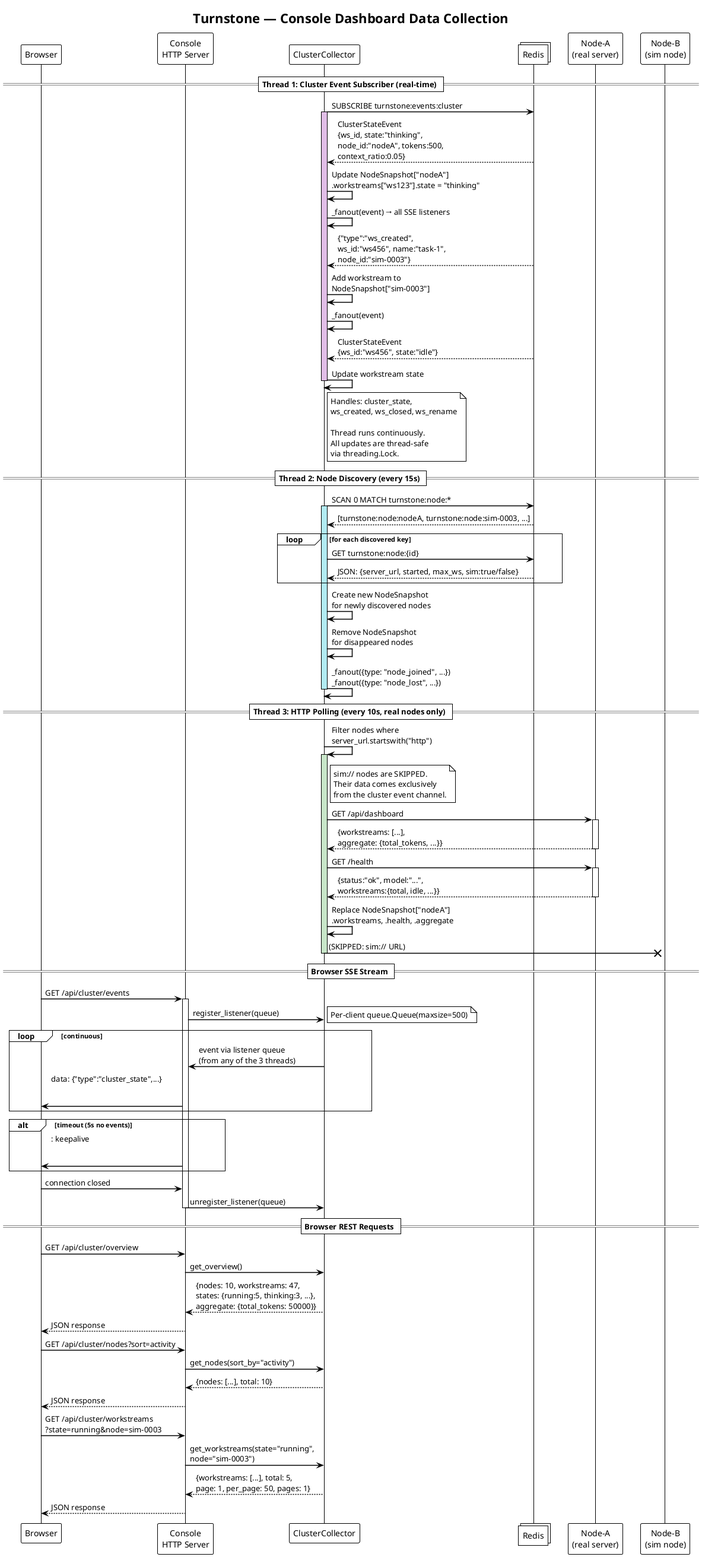
Earlier version of the PlantUML export docs/diagrams/png/11-console-data-flow.png (turnstonelabs/turnstone). Source of this version:
```plantuml
@startuml
!theme plain
title Turnstone — Console Dashboard Data Collection

skinparam sequenceArrowThickness 1.5

participant "Browser" as Browser
participant "Console\nHTTP Server" as Server
participant "ClusterCollector" as CC
collections "Redis" as Redis
participant "Node-A\n(real server)" as NodeA
participant "Node-B\n(sim node)" as NodeB

== Thread 1: Cluster Event Subscriber (real-time) ==

CC -> Redis : SUBSCRIBE turnstone:events:cluster
activate CC #E1BEE7

Redis --> CC : ClusterStateEvent\n{ws_id, state:"thinking",\nnode_id:"nodeA", tokens:500,\ncontext_ratio:0.05}
CC -> CC : Update NodeSnapshot["nodeA"]\n.workstreams["ws123"].state = "thinking"
CC -> CC : _fanout(event) → all SSE listeners

Redis --> CC : {"type":"ws_created",\nws_id:"ws456", name:"task-1",\nnode_id:"sim-0003"}
CC -> CC : Add workstream to\nNodeSnapshot["sim-0003"]
CC -> CC : _fanout(event)

Redis --> CC : ClusterStateEvent\n{ws_id:"ws456", state:"idle"}
CC -> CC : Update workstream state

note right of CC
  Handles: cluster_state,
  ws_created, ws_closed, ws_rename

  Thread runs continuously.
  All updates are thread-safe
  via threading.Lock.
end note

deactivate CC

== Thread 2: Node Discovery (every 15s) ==

CC -> Redis : SCAN 0 MATCH turnstone:node:*
activate CC #B2EBF2
Redis --> CC : [turnstone:node:nodeA, turnstone:node:sim-0003, ...]

loop for each discovered key
    CC -> Redis : GET turnstone:node:{id}
    Redis --> CC : JSON: {server_url, started, max_ws, sim:true/false}
end

CC -> CC : Create new NodeSnapshot\nfor newly discovered nodes
CC -> CC : Remove NodeSnapshot\nfor disappeared nodes

CC -> CC : _fanout({type: "node_joined", ...})\n_fanout({type: "node_lost", ...})

deactivate CC

== Thread 3: HTTP Polling (every 10s, real nodes only) ==

CC -> CC : Filter nodes where\nserver_url.startswith("http")
activate CC #C8E6C9

note right of CC
  sim:// nodes are SKIPPED.
  Their data comes exclusively
  from the cluster event channel.
end note

CC -> NodeA : GET /api/dashboard
activate NodeA
NodeA --> CC : {workstreams: [...],\naggregate: {total_tokens, ...}}
deactivate NodeA

CC -> NodeA : GET /health
activate NodeA
NodeA --> CC : {status:"ok", model:"...",\nworkstreams:{total, idle, ...}}
deactivate NodeA

CC -> CC : Replace NodeSnapshot["nodeA"]\n.workstreams, .health, .aggregate

CC -x NodeB : (SKIPPED: sim:// URL)

deactivate CC

== Browser SSE Stream ==

Browser -> Server : GET /api/cluster/events
activate Server

Server -> CC : register_listener(queue)
note right : Per-client queue.Queue(maxsize=500)

loop continuous
    CC -> Server : event via listener queue\n(from any of the 3 threads)
    Server -> Browser : data: {"type":"cluster_state",...}\n\n
end

alt timeout (5s no events)
    Server -> Browser : : keepalive\n\n
end

Browser -> Server : connection closed
Server -> CC : unregister_listener(queue)
deactivate Server

== Browser REST Requests ==

Browser -> Server : GET /api/cluster/overview
Server -> CC : get_overview()
CC --> Server : {nodes: 10, workstreams: 47,\nstates: {running:5, thinking:3, ...},\naggregate: {total_tokens: 50000}}
Server --> Browser : JSON response

Browser -> Server : GET /api/cluster/nodes?sort=activity
Server -> CC : get_nodes(sort_by="activity")
CC --> Server : {nodes: [...], total: 10}
Server --> Browser : JSON response

Browser -> Server : GET /api/cluster/workstreams\n?state=running&node=sim-0003
Server -> CC : get_workstreams(state="running",\nnode="sim-0003")
CC --> Server : {workstreams: [...], total: 5,\npage: 1, per_page: 50, pages: 1}
Server --> Browser : JSON response

@enduml
```
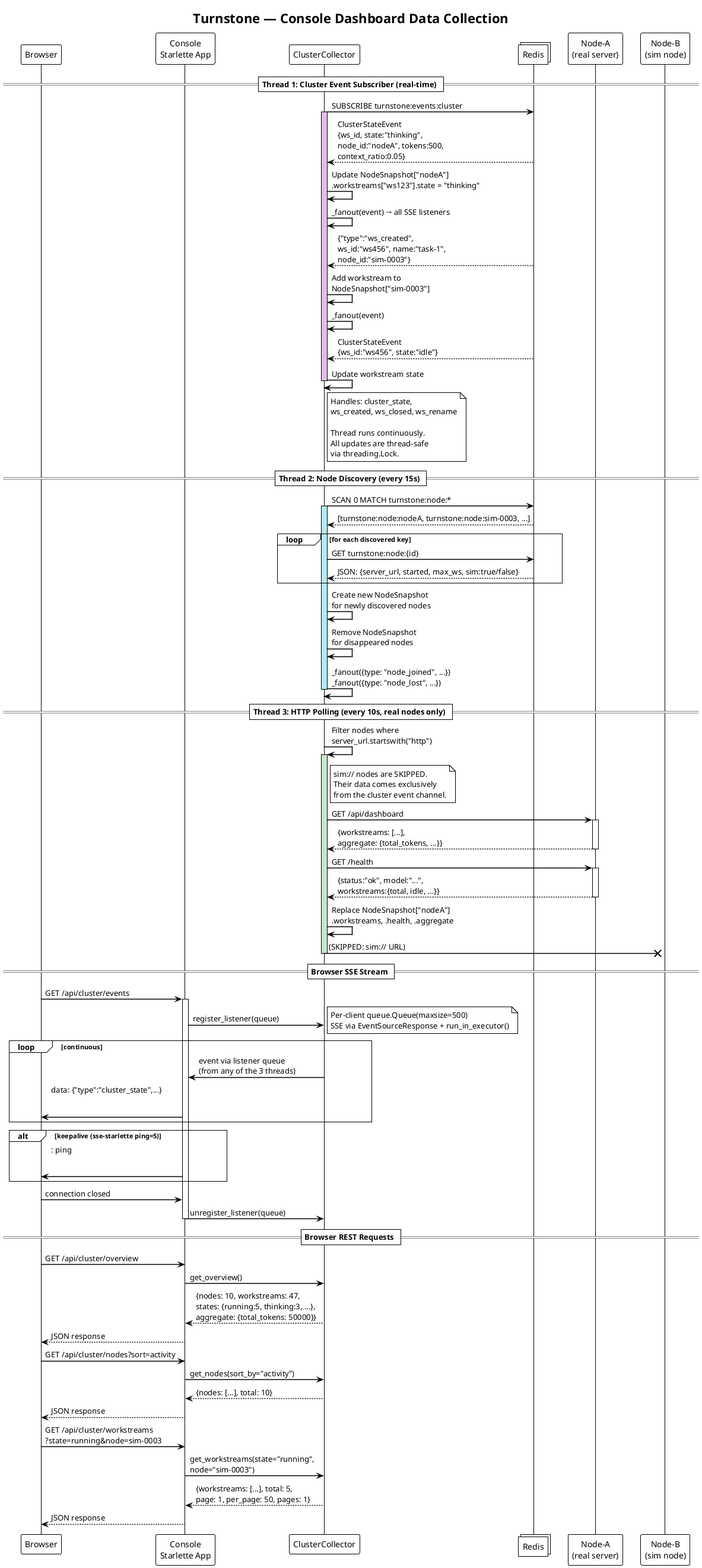
The same file after the commit.

Diff of the diagram source:
```diff
@@ -5,7 +5,7 @@
 skinparam sequenceArrowThickness 1.5
 
 participant "Browser" as Browser
-participant "Console\nHTTP Server" as Server
+participant "Console\nStarlette App" as Server
 participant "ClusterCollector" as CC
 collections "Redis" as Redis
 participant "Node-A\n(real server)" as NodeA
@@ -89,15 +89,15 @@
 activate Server
 
 Server -> CC : register_listener(queue)
-note right : Per-client queue.Queue(maxsize=500)
+note right : Per-client queue.Queue(maxsize=500)\nSSE via EventSourceResponse + run_in_executor()
 
 loop continuous
     CC -> Server : event via listener queue\n(from any of the 3 threads)
     Server -> Browser : data: {"type":"cluster_state",...}\n\n
 end
 
-alt timeout (5s no events)
-    Server -> Browser : : keepalive\n\n
+alt keepalive (sse-starlette ping=5)
+    Server -> Browser : : ping\n\n
 end
 
 Browser -> Server : connection closed
```
